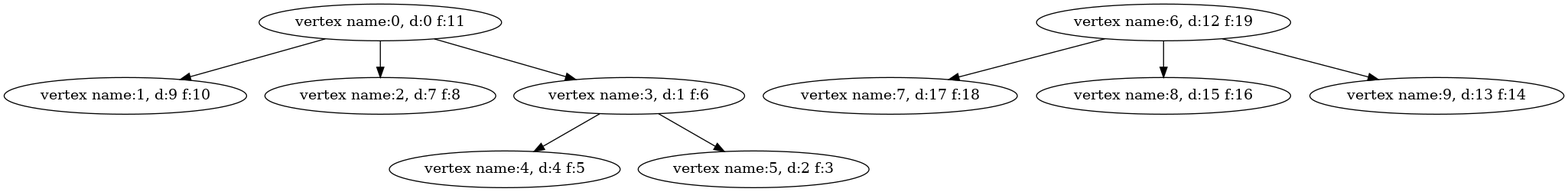
AdwaithRK/IITG-DSA_LAB keeps this Graphviz diagram as oct21_exam/dfstree.png. Above is the earlier version. Its source is kept beside it as oct21_exam/dfstree.dot. Source of this version:
```dot
digraph{
0[label="vertex name:0, d:0 f:11"] ;
1[label="vertex name:1, d:9 f:10"] ;
2[label="vertex name:2, d:7 f:8"] ;
3[label="vertex name:3, d:1 f:6"] ;
4[label="vertex name:4, d:4 f:5"] ;
5[label="vertex name:5, d:2 f:3"] ;
6[label="vertex name:6, d:12 f:19"] ;
7[label="vertex name:7, d:17 f:18"] ;
8[label="vertex name:8, d:15 f:16"] ;
9[label="vertex name:9, d:13 f:14"] ;
0 -> 1 ;
0 -> 2 ;
0 -> 3 ;
3 -> 4 ;
3 -> 5 ;
6 -> 7 ;
6 -> 8 ;
6 -> 9 ;
}
```
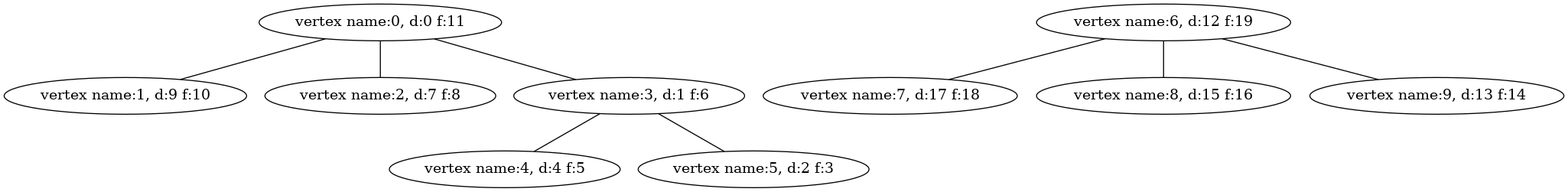
Above is the later version.

Diff of the diagram source:
```diff
@@ -1,4 +1,4 @@
-digraph{
+graph{
 0[label="vertex name:0, d:0 f:11"] ;
 1[label="vertex name:1, d:9 f:10"] ;
 2[label="vertex name:2, d:7 f:8"] ;
@@ -9,12 +9,12 @@
 7[label="vertex name:7, d:17 f:18"] ;
 8[label="vertex name:8, d:15 f:16"] ;
 9[label="vertex name:9, d:13 f:14"] ;
-0 -> 1 ;
-0 -> 2 ;
-0 -> 3 ;
-3 -> 4 ;
-3 -> 5 ;
-6 -> 7 ;
-6 -> 8 ;
-6 -> 9 ;
+0 -- 1 ;
+0 -- 2 ;
+0 -- 3 ;
+3 -- 4 ;
+3 -- 5 ;
+6 -- 7 ;
+6 -- 8 ;
+6 -- 9 ;
 }
```
